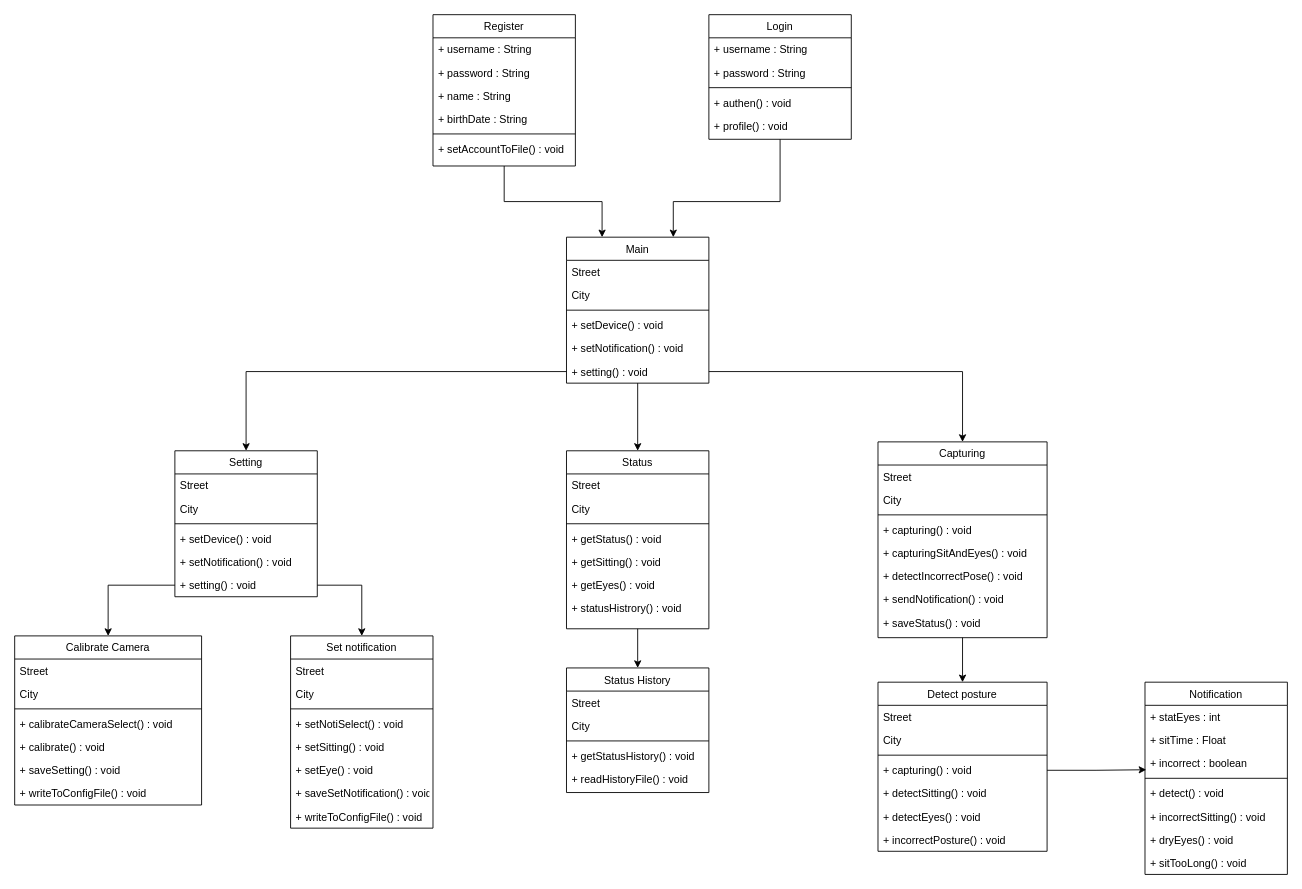
Earlier version of the draw.io diagram Design/Class_Diagram.drawio (astrrr/Right-posture). Source tidied: cells renumbered, new cells numbered last; positions are measured from the earlier drawing's top-left corner, leaving out a move shared by most shapes. Both pictures are drawn from the tidied source at 89%, with x=0, y=0 at pixel (14, 14).
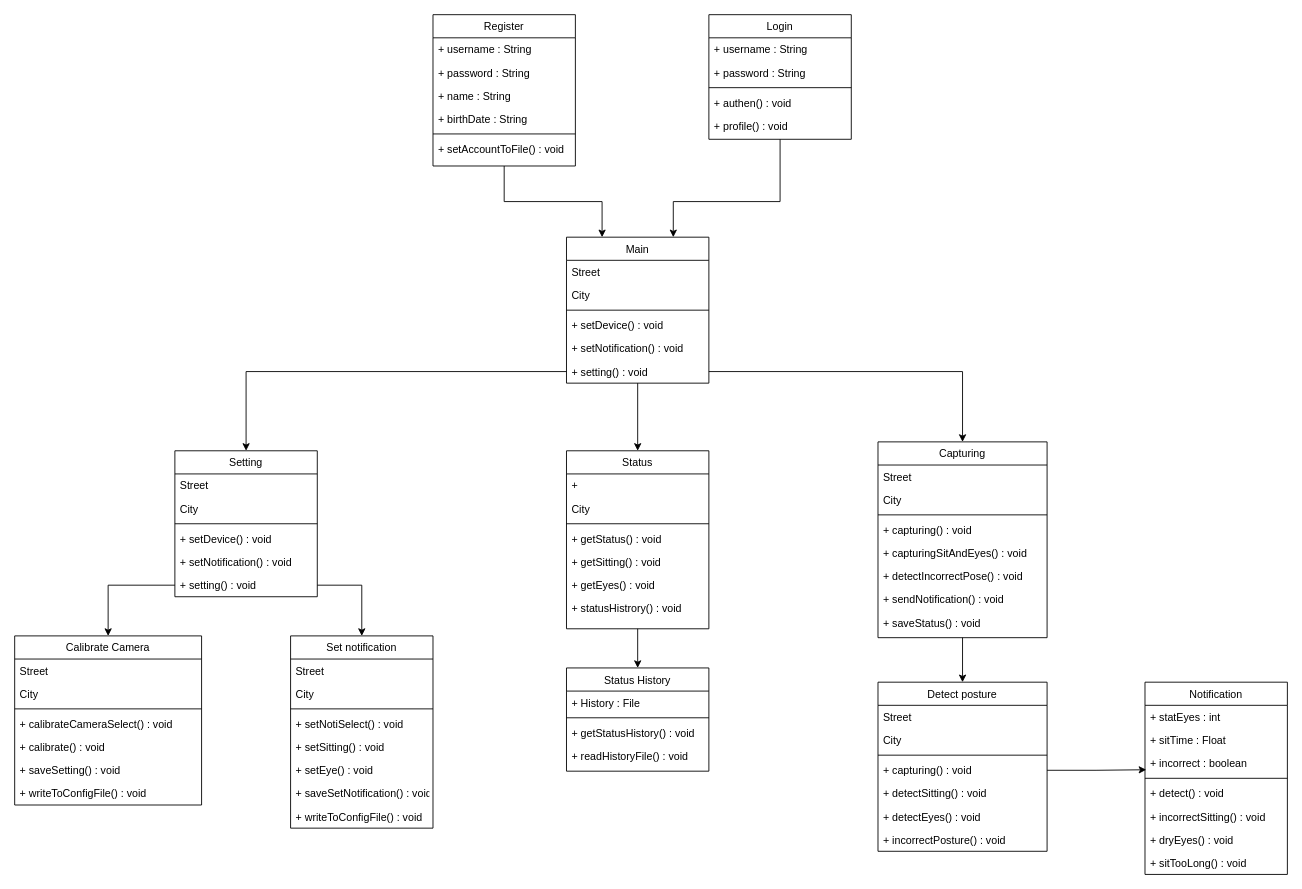
The same diagram, later.

Commit message:
Attr. Status History Class_Diagram.drawio

Unchanged cells that the change refers to:
```xml
<mxCell id="25" value="Status" style="swimlane;fontStyle=0;align=center;verticalAlign=top;horizontal=1;startSize=26;rounded=0;shadow=0;strokeWidth=1;" parent="1" vertex="1">
  <mxGeometry x="620" y="490" width="160" height="200" as="geometry" />
</mxCell>
```

The edit, as a diff of the source:
```diff
@@
-    <mxCell id="26" value="Street" style="text;align=left;verticalAlign=top;spacingLeft=4;spacingRight=4;overflow=hidden;" parent="25" vertex="1">
+    <mxCell id="26" value="+ " style="text;align=left;verticalAlign=top;spacingLeft=4;spacingRight=4;overflow=hidden;" parent="25" vertex="1">
       <mxGeometry y="26" width="160" height="26" as="geometry" />
     </mxCell>
@@
     <mxCell id="50" value="Status History" style="swimlane;fontStyle=0;align=center;verticalAlign=top;horizontal=1;startSize=26;rounded=0;shadow=0;strokeWidth=1;" parent="1" vertex="1">
-      <mxGeometry x="620" y="734" width="160" height="140" as="geometry" />
+      <mxGeometry x="620" y="734" width="160" height="116" as="geometry" />
     </mxCell>
-    <mxCell id="51" value="Street" style="text;align=left;verticalAlign=top;spacingLeft=4;spacingRight=4;overflow=hidden;" parent="50" vertex="1">
+    <mxCell id="51" value="+ History : File" style="text;align=left;verticalAlign=top;spacingLeft=4;spacingRight=4;overflow=hidden;" parent="50" vertex="1">
       <mxGeometry y="26" width="160" height="26" as="geometry" />
     </mxCell>
-    <mxCell id="52" value="City" style="text;align=left;verticalAlign=top;spacingLeft=4;spacingRight=4;overflow=hidden;rounded=0;shadow=0;html=0;" parent="50" vertex="1">
-      <mxGeometry y="52" width="160" height="26" as="geometry" />
-    </mxCell>
     <mxCell id="53" style="line;html=1;strokeWidth=1;align=left;verticalAlign=middle;spacingTop=-1;spacingLeft=3;spacingRight=3;labelPosition=right;" parent="50" vertex="1">
-      <mxGeometry y="78" width="160" height="8" as="geometry" />
+      <mxGeometry y="52" width="160" height="8" as="geometry" />
     </mxCell>
     <mxCell id="54" value="+ getStatusHistory() : void" style="text;align=left;verticalAlign=top;spacingLeft=4;spacingRight=4;overflow=hidden;" parent="50" vertex="1">
-      <mxGeometry y="86" width="160" height="26" as="geometry" />
+      <mxGeometry y="60" width="160" height="26" as="geometry" />
     </mxCell>
     <mxCell id="55" value="+ readHistoryFile() : void" style="text;align=left;verticalAlign=top;spacingLeft=4;spacingRight=4;overflow=hidden;" parent="50" vertex="1">
-      <mxGeometry y="112" width="160" height="26" as="geometry" />
+      <mxGeometry y="86" width="160" height="26" as="geometry" />
     </mxCell>
```
